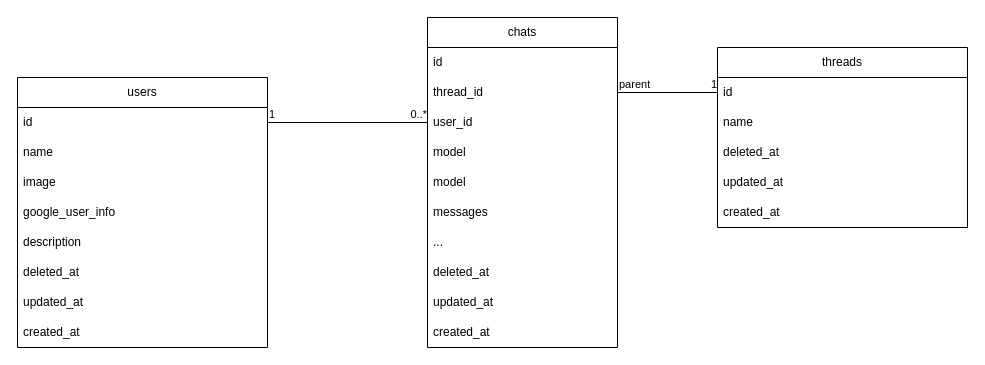
The draw.io diagram docs/basic-design/er.drawio in bamboo-house/BambooGPT, before the edit. Source tidied: cells renumbered, new cells numbered last; positions are measured from the earlier drawing's top-left corner, leaving out a move shared by most shapes. Both pictures are drawn from the tidied source at 100%, with x=0, y=0 at pixel (17, 17).
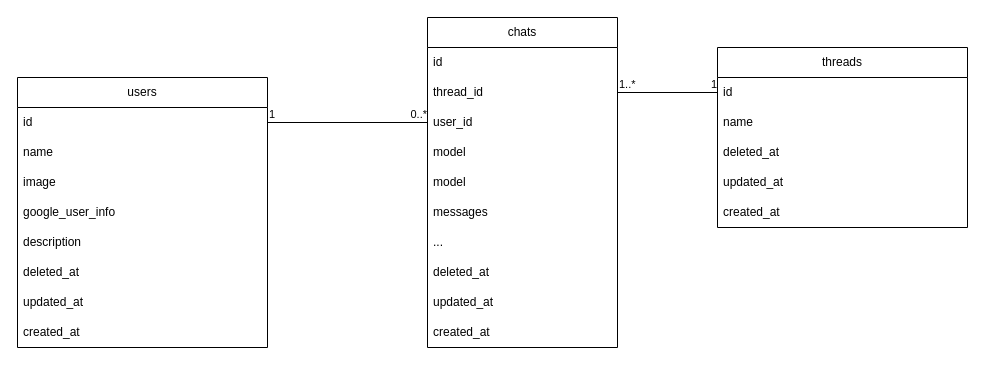
After the change.

Unchanged cells that the change refers to:
```xml
<mxCell id="28" style="endArrow=none;html=1;edgeStyle=orthogonalEdgeStyle;exitX=1;exitY=0.5;exitDx=0;exitDy=0;entryX=0;entryY=0.5;entryDx=0;entryDy=0;" parent="1" edge="1" source="4" target="14">
  <mxGeometry relative="1" as="geometry" />
</mxCell>
```

Diff of the diagram source:
```diff
@@
-    <mxCell id="29" value="parent" style="edgeLabel;html=1;align=left;verticalAlign=bottom;" parent="28" vertex="1">
+    <mxCell id="29" value="1..*" style="edgeLabel;html=1;align=left;verticalAlign=bottom;" parent="28" vertex="1">
       <mxGeometry x="-1" relative="1" as="geometry" />
     </mxCell>
```
